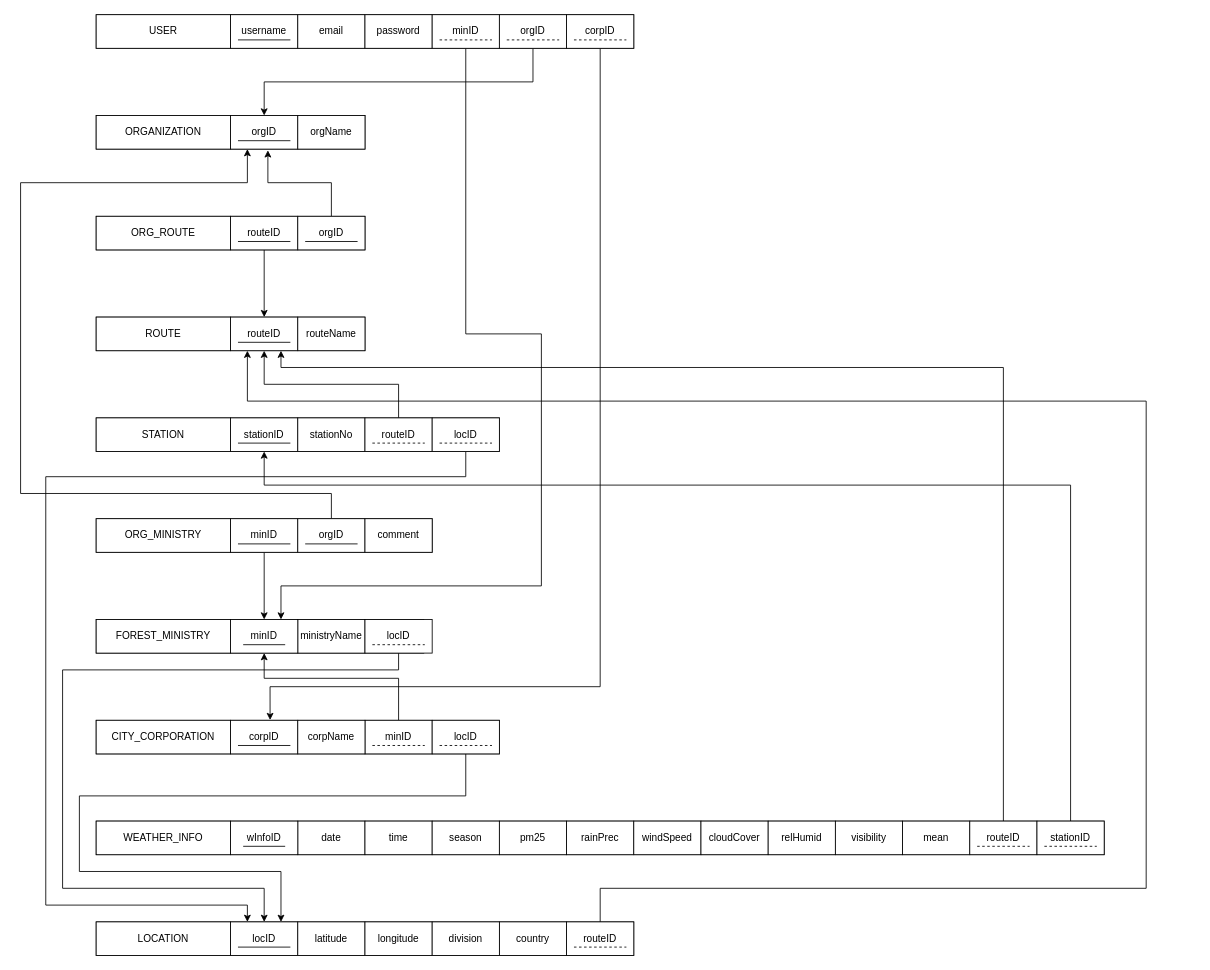
Earlier version of the draw.io diagram z-design/RELATIONAL_SCHEMA.drawio (zorojuro75/CSE303-sec-03-Group-03). Source tidied: cells renumbered, new cells numbered last; positions are measured from the earlier drawing's top-left corner, leaving out a move shared by most shapes. Both pictures are drawn from the tidied source at 84%, with x=0, y=0 at pixel (20, 14).
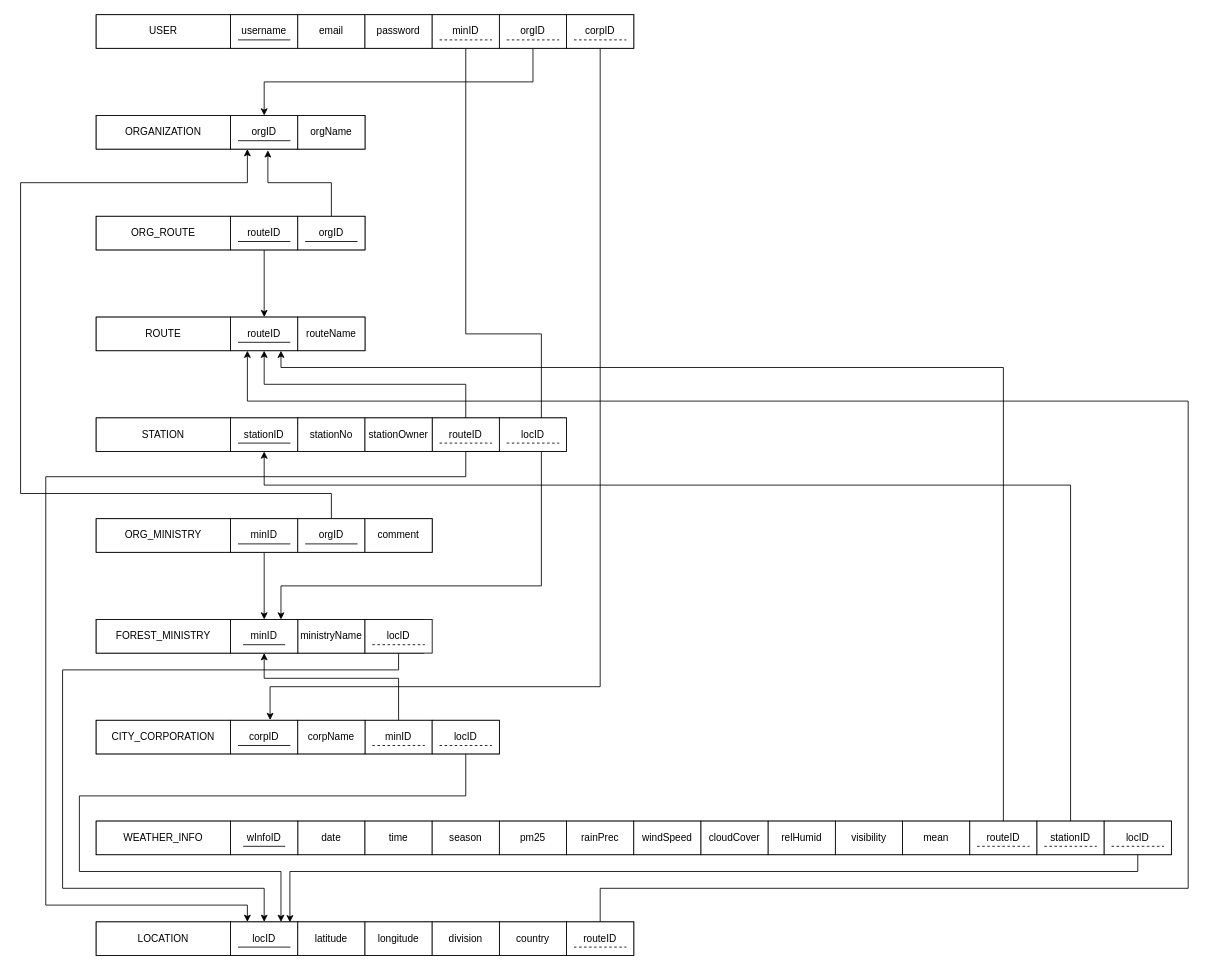
The same page after the edit.

Unchanged cells that the change refers to:
```xml
<mxCell id="13" value="routeID" style="rounded=0;whiteSpace=wrap;html=1;" parent="1" vertex="1">
  <mxGeometry x="250" y="360" width="80" height="40" as="geometry" />
</mxCell>
<mxCell id="60" value="locID" style="rounded=0;whiteSpace=wrap;html=1;" parent="1" vertex="1">
  <mxGeometry x="250" y="1080" width="80" height="40" as="geometry" />
</mxCell>
<mxCell id="92" value="routeID" style="rounded=0;whiteSpace=wrap;html=1;" parent="1" vertex="1">
  <mxGeometry x="650" y="1080" width="80" height="40" as="geometry" />
</mxCell>
```

Diff of the diagram source:
```diff
@@
     <mxCell id="18" style="rounded=0;whiteSpace=wrap;html=1;" parent="1" vertex="1">
-      <mxGeometry x="90" y="480" width="480" height="40" as="geometry" />
+      <mxGeometry x="90" y="480" width="560" height="40" as="geometry" />
     </mxCell>
@@
     <mxCell id="54" style="rounded=0;whiteSpace=wrap;html=1;" parent="1" vertex="1">
-      <mxGeometry x="90" y="960" width="1200" height="40" as="geometry" />
+      <mxGeometry x="90" y="960" width="1280" height="40" as="geometry" />
     </mxCell>
@@
     <mxCell id="86" value="routeID" style="rounded=0;whiteSpace=wrap;html=1;" parent="1" vertex="1">
-      <mxGeometry x="410" y="480" width="80" height="40" as="geometry" />
+      <mxGeometry x="490" y="480" width="80" height="40" as="geometry" />
     </mxCell>
     <mxCell id="87" style="endArrow=none;html=1;rounded=0;dashed=1;" parent="1" edge="1">
       <mxGeometry relative="1" as="geometry">
-        <mxPoint x="418.8" y="510" as="sourcePoint" />
-        <mxPoint x="481.2" y="510" as="targetPoint" />
+        <mxPoint x="498.8" y="510" as="sourcePoint" />
+        <mxPoint x="561.2" y="510" as="targetPoint" />
       </mxGeometry>
     </mxCell>
@@
     <mxCell id="89" value="locID" style="rounded=0;whiteSpace=wrap;html=1;" parent="1" vertex="1">
-      <mxGeometry x="490" y="480" width="80" height="40" as="geometry" />
+      <mxGeometry x="570" y="480" width="80" height="40" as="geometry" />
     </mxCell>
     <mxCell id="90" style="endArrow=none;html=1;rounded=0;dashed=1;" parent="1" edge="1">
       <mxGeometry relative="1" as="geometry">
-        <mxPoint x="498.8" y="510" as="sourcePoint" />
-        <mxPoint x="561.2" y="510" as="targetPoint" />
+        <mxPoint x="578.8" y="510" as="sourcePoint" />
+        <mxPoint x="641.2" y="510" as="targetPoint" />
       </mxGeometry>
     </mxCell>
     <mxCell id="91" style="edgeStyle=orthogonalEdgeStyle;rounded=0;jettySize=auto;html=1;exitX=0.5;exitY=0;exitDx=0;exitDy=0;entryX=0.25;entryY=1;entryDx=0;entryDy=0;" parent="1" edge="1" source="92" target="13">
       <mxGeometry relative="1" as="geometry">
         <Array as="points">
           <mxPoint x="690" y="1040" />
-          <mxPoint x="1340" y="1040" />
-          <mxPoint x="1340" y="460" />
+          <mxPoint x="1390" y="1040" />
+          <mxPoint x="1390" y="460" />
           <mxPoint x="270" y="460" />
         </Array>
       </mxGeometry>
     </mxCell>
@@
+    <mxCell id="105" value="stationOwner" style="rounded=0;whiteSpace=wrap;html=1;" parent="1" vertex="1">
+      <mxGeometry x="410" y="480" width="80" height="40" as="geometry" />
+    </mxCell>
+    <mxCell id="106" style="edgeStyle=orthogonalEdgeStyle;rounded=0;jettySize=auto;html=1;exitX=0.5;exitY=1;exitDx=0;exitDy=0;entryX=0.883;entryY=0.012;entryDx=0;entryDy=0;entryPerimeter=0;" parent="1" edge="1" source="107" target="60">
+      <mxGeometry relative="1" as="geometry">
+        <Array as="points">
+          <mxPoint x="1330" y="1020" />
+          <mxPoint x="321" y="1020" />
+        </Array>
+      </mxGeometry>
+    </mxCell>
+    <mxCell id="107" value="locID" style="rounded=0;whiteSpace=wrap;html=1;" parent="1" vertex="1">
+      <mxGeometry x="1290" y="960" width="80" height="40" as="geometry" />
+    </mxCell>
+    <mxCell id="108" style="endArrow=none;html=1;rounded=0;dashed=1;" parent="1" edge="1">
+      <mxGeometry relative="1" as="geometry">
+        <mxPoint x="1298.8" y="990" as="sourcePoint" />
+        <mxPoint x="1361.2" y="990" as="targetPoint" />
+      </mxGeometry>
+    </mxCell>
```
